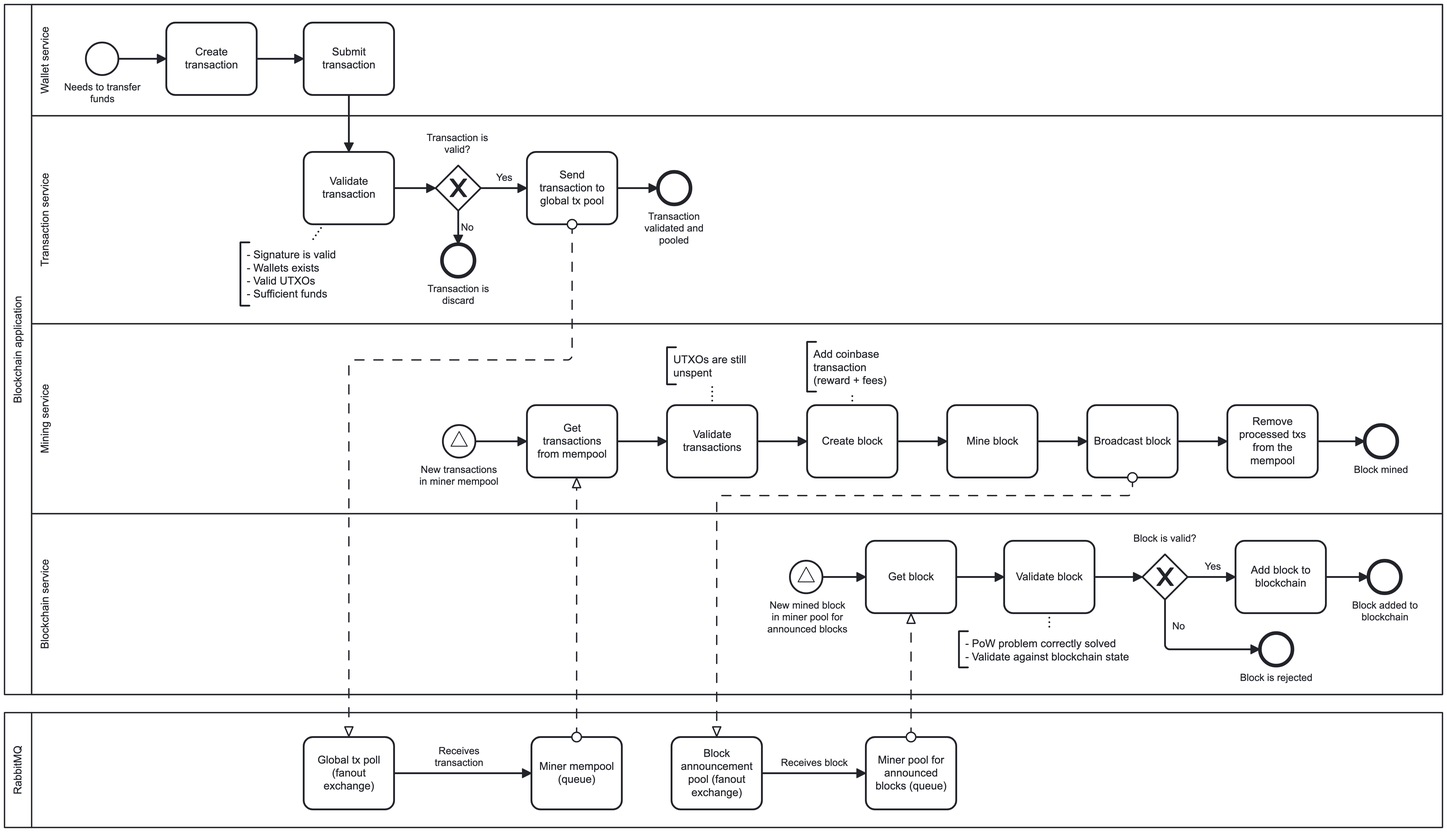
Earlier version of the BPMN export docs/process-flow.png (andrecaiado/nestjs-blockchain-txs). Its source is kept beside it as docs/process-flow.bpmn. Ids are renumbered.
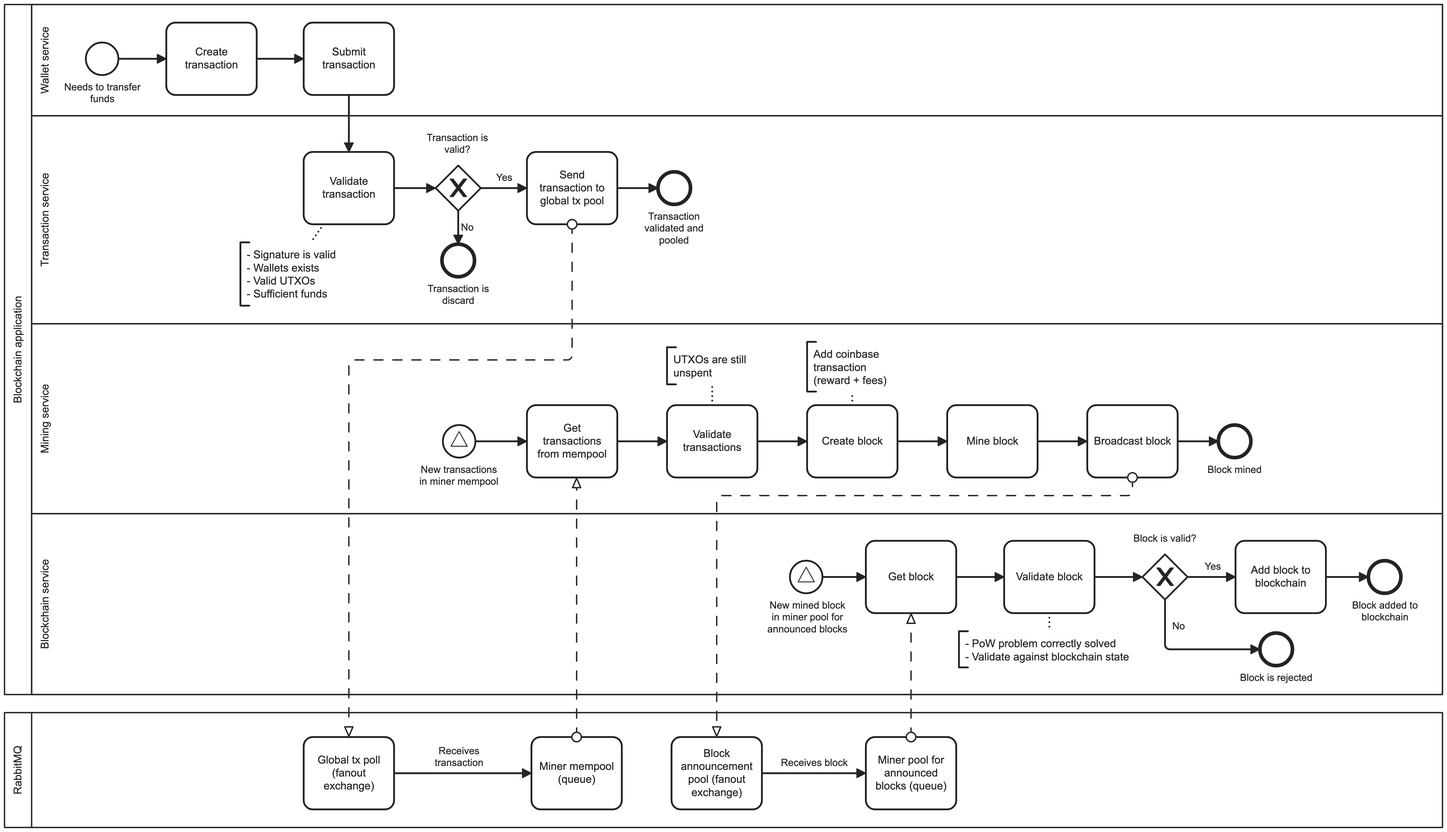
Above is the later version.

Commit message:
update process flow

The edit, as a diff of the source:
```diff
@@ -47,10 +47,9 @@
         <bpmn:flowNodeRef>Activity_n41</bpmn:flowNodeRef>
         <bpmn:flowNodeRef>Activity_n8</bpmn:flowNodeRef>
         <bpmn:flowNodeRef>Activity_n26</bpmn:flowNodeRef>
-        <bpmn:flowNodeRef>Activity_n42</bpmn:flowNodeRef>
         <bpmn:flowNodeRef>Activity_n18</bpmn:flowNodeRef>
+        <bpmn:flowNodeRef>Event_n44</bpmn:flowNodeRef>
         <bpmn:flowNodeRef>Event_n43</bpmn:flowNodeRef>
-        <bpmn:flowNodeRef>Event_n44</bpmn:flowNodeRef>
       </bpmn:lane>
       <bpmn:lane id="Lane_n45" name="Blockchain service">
         <bpmn:flowNodeRef>Event_n46</bpmn:flowNodeRef>
@@ -72,9 +71,8 @@
     <bpmn:sequenceFlow id="Flow_n58" sourceRef="Activity_n26" targetRef="Activity_n28" />
     <bpmn:sequenceFlow id="Flow_n59" sourceRef="Activity_n28" targetRef="Activity_n41" />
     <bpmn:sequenceFlow id="Flow_n60" sourceRef="Activity_n41" targetRef="Activity_n8" />
-    <bpmn:sequenceFlow id="Flow_n61" sourceRef="Activity_n8" targetRef="Activity_n42" />
+    <bpmn:sequenceFlow id="Flow_n61" sourceRef="Activity_n8" targetRef="Event_n43" />
     <bpmn:sequenceFlow id="Flow_n62" sourceRef="Activity_n18" targetRef="Activity_n26" />
-    <bpmn:sequenceFlow id="Flow_n63" sourceRef="Activity_n42" targetRef="Event_n43" />
     <bpmn:sequenceFlow id="Flow_n64" sourceRef="Event_n44" targetRef="Activity_n18" />
     <bpmn:sequenceFlow id="Flow_n65" sourceRef="Event_n46" targetRef="Activity_n12" />
     <bpmn:sequenceFlow id="Flow_n66" sourceRef="Activity_n12" targetRef="Activity_n30" />
@@ -128,17 +126,10 @@
       <bpmn:incoming>Flow_n62</bpmn:incoming>
       <bpmn:outgoing>Flow_n58</bpmn:outgoing>
     </bpmn:task>
-    <bpmn:task id="Activity_n42" name="Remove processed txs from the mempool">
-      <bpmn:incoming>Flow_n61</bpmn:incoming>
-      <bpmn:outgoing>Flow_n63</bpmn:outgoing>
-    </bpmn:task>
     <bpmn:task id="Activity_n18" name="Get transactions from mempool">
       <bpmn:incoming>Flow_n64</bpmn:incoming>
       <bpmn:outgoing>Flow_n62</bpmn:outgoing>
     </bpmn:task>
-    <bpmn:endEvent id="Event_n43" name="Block mined">
-      <bpmn:incoming>Flow_n63</bpmn:incoming>
-    </bpmn:endEvent>
     <bpmn:startEvent id="Event_n44" name="New transactions in miner mempool">
       <bpmn:outgoing>Flow_n64</bpmn:outgoing>
       <bpmn:signalEventDefinition id="SignalEventDefinition_n71" />
@@ -169,6 +160,9 @@
     </bpmn:endEvent>
     <bpmn:endEvent id="Event_n50" name="Block added to blockchain">
       <bpmn:incoming>Flow_n70</bpmn:incoming>
+    </bpmn:endEvent>
+    <bpmn:endEvent id="Event_n43" name="Block mined">
+      <bpmn:incoming>Flow_n61</bpmn:incoming>
     </bpmn:endEvent>
   </bpmn:process>
   <bpmn:process id="Process_n6" isExecutable="false">
@@ -265,19 +259,9 @@
         <dc:Bounds x="862" y="523" width="100" height="80" />
         <bpmndi:BPMNLabel />
       </bpmndi:BPMNShape>
-      <bpmndi:BPMNShape id="Activity_n42_di" bpmnElement="Activity_n42">
-        <dc:Bounds x="1482" y="523" width="100" height="80" />
-        <bpmndi:BPMNLabel />
-      </bpmndi:BPMNShape>
       <bpmndi:BPMNShape id="Activity_n18_di" bpmnElement="Activity_n18">
         <dc:Bounds x="707" y="523" width="100" height="80" />
         <bpmndi:BPMNLabel />
-      </bpmndi:BPMNShape>
-      <bpmndi:BPMNShape id="Event_n43_di" bpmnElement="Event_n43">
-        <dc:Bounds x="1634" y="545" width="36" height="36" />
-        <bpmndi:BPMNLabel>
-          <dc:Bounds x="1622" y="588" width="60" height="14" />
-        </bpmndi:BPMNLabel>
       </bpmndi:BPMNShape>
       <bpmndi:BPMNShape id="Event_11cgl82_di" bpmnElement="Event_n44">
         <dc:Bounds x="614" y="545" width="36" height="36" />
@@ -319,6 +303,12 @@
         <dc:Bounds x="1638" y="695" width="36" height="36" />
         <bpmndi:BPMNLabel>
           <dc:Bounds x="1620" y="738" width="73" height="27" />
+        </bpmndi:BPMNLabel>
+      </bpmndi:BPMNShape>
+      <bpmndi:BPMNShape id="Event_n43_di" bpmnElement="Event_n43">
+        <dc:Bounds x="1472" y="545" width="36" height="36" />
+        <bpmndi:BPMNLabel>
+          <dc:Bounds x="1460" y="588" width="60" height="14" />
         </bpmndi:BPMNLabel>
       </bpmndi:BPMNShape>
       <bpmndi:BPMNEdge id="Flow_n51_di" bpmnElement="Flow_n51">
@@ -369,15 +359,11 @@
       </bpmndi:BPMNEdge>
       <bpmndi:BPMNEdge id="Flow_n61_di" bpmnElement="Flow_n61">
         <di:waypoint x="1427" y="563" />
-        <di:waypoint x="1482" y="563" />
+        <di:waypoint x="1472" y="563" />
       </bpmndi:BPMNEdge>
       <bpmndi:BPMNEdge id="Flow_n62_di" bpmnElement="Flow_n62">
         <di:waypoint x="807" y="563" />
         <di:waypoint x="862" y="563" />
-      </bpmndi:BPMNEdge>
-      <bpmndi:BPMNEdge id="Flow_n63_di" bpmnElement="Flow_n63">
-        <di:waypoint x="1582" y="563" />
-        <di:waypoint x="1634" y="563" />
       </bpmndi:BPMNEdge>
       <bpmndi:BPMNEdge id="Flow_n64_di" bpmnElement="Flow_n64">
         <di:waypoint x="650" y="563" />
```
